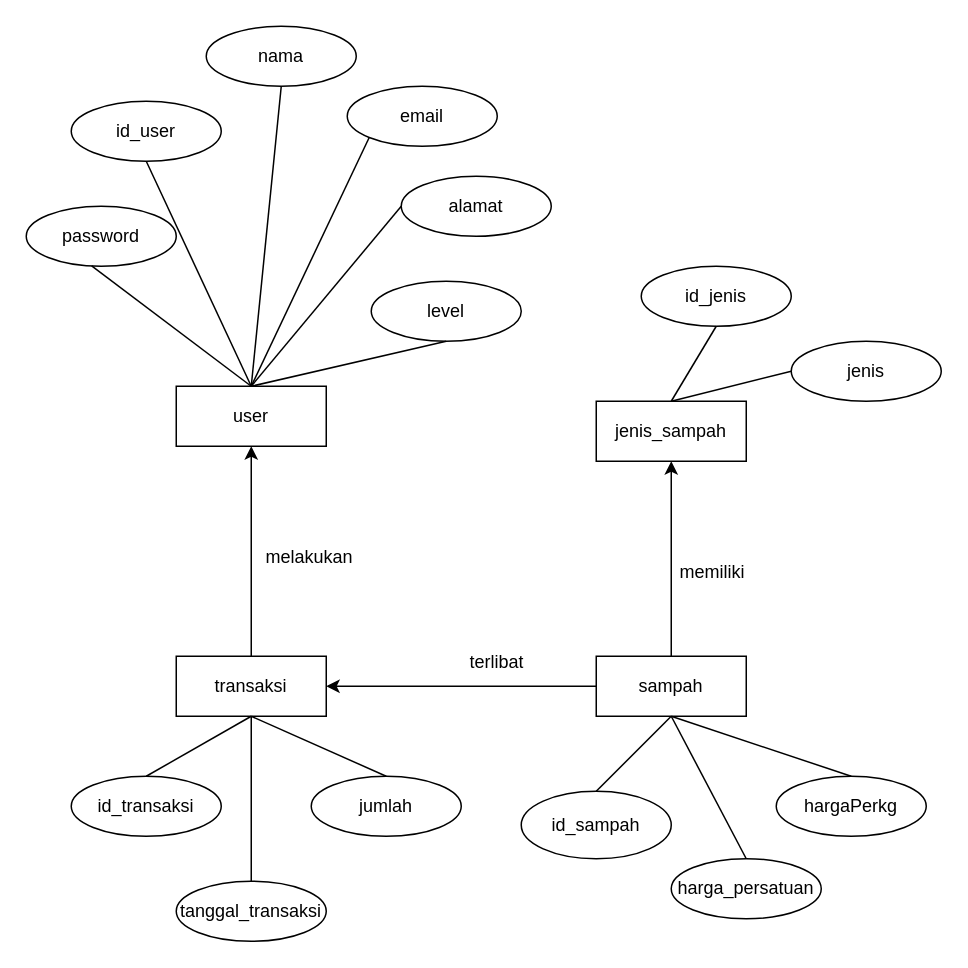
Before: page "erd" (23 of 23) of Untitled Diagram.drawio in dreamergirl01/uml_bankSampah, a draw.io diagram. Source tidied: cells renumbered, new cells numbered last; positions are measured from the earlier drawing's top-left corner, leaving out a move shared by most shapes. Both pictures are drawn from the tidied source at 150%, with x=0, y=0 at pixel (26, 26).
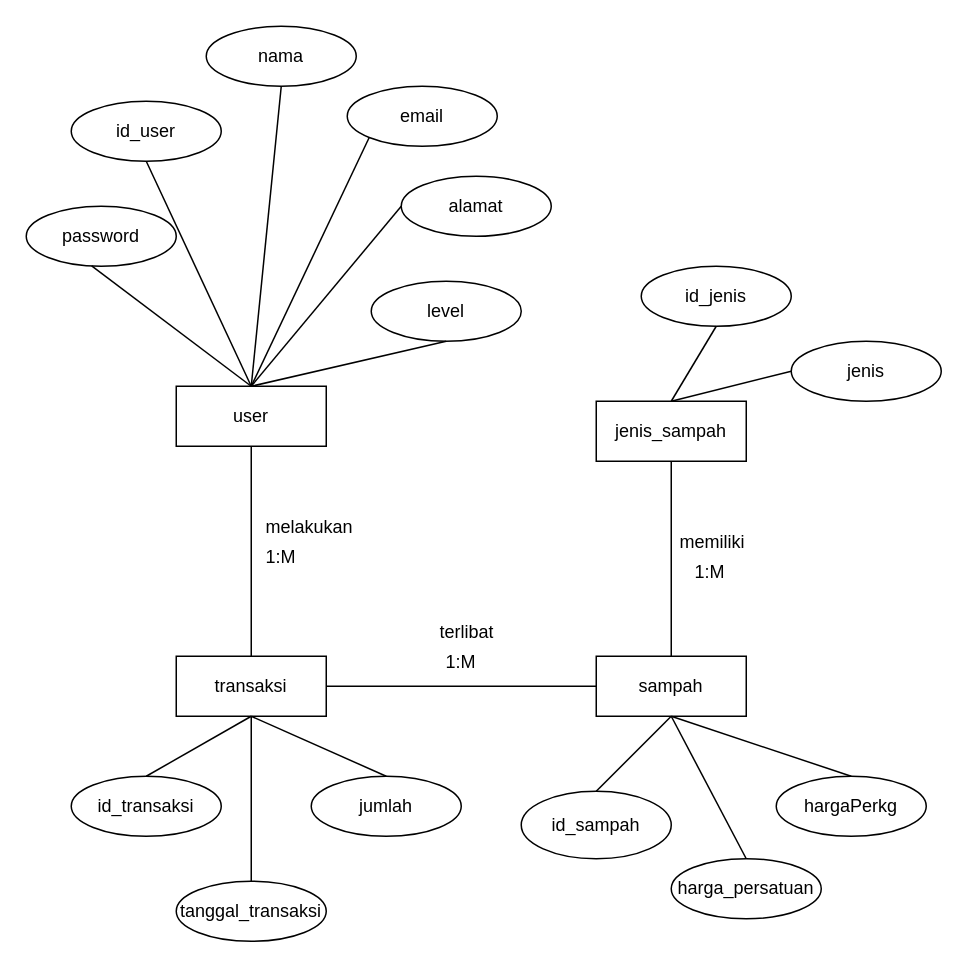
Above is the later version.

The change refers to these unchanged cells:
```xml
<mxCell id="2" value="user" style="whiteSpace=wrap;html=1;align=center;" parent="1" vertex="1">
  <mxGeometry x="100" y="240" width="100" height="40" as="geometry" />
</mxCell>
<mxCell id="16" value="transaksi" style="whiteSpace=wrap;html=1;align=center;" parent="1" vertex="1">
  <mxGeometry x="100" y="420" width="100" height="40" as="geometry" />
</mxCell>
<mxCell id="26" value="sampah" style="whiteSpace=wrap;html=1;align=center;" parent="1" vertex="1">
  <mxGeometry x="380" y="420" width="100" height="40" as="geometry" />
</mxCell>
<mxCell id="34" value="jenis_sampah" style="whiteSpace=wrap;html=1;align=center;" parent="1" vertex="1">
  <mxGeometry x="380" y="250" width="100" height="40" as="geometry" />
</mxCell>
```

The edit, as a diff of the source:
```diff
@@
-    <mxCell id="15" style="edgeStyle=orthogonalEdgeStyle;rounded=0;jettySize=auto;html=1;entryX=0.5;entryY=1;entryDx=0;entryDy=0;" parent="1" edge="1" source="16" target="2">
-      <mxGeometry relative="1" as="geometry" />
-    </mxCell>
@@
     <mxCell id="17" value="melakukan" style="text;strokeColor=none;fillColor=none;spacingLeft=4;spacingRight=4;overflow=hidden;fontSize=12;whiteSpace=wrap;html=1;" parent="1" vertex="1">
-      <mxGeometry x="154" y="340" width="76" height="30" as="geometry" />
+      <mxGeometry x="154" y="320" width="76" height="30" as="geometry" />
     </mxCell>
@@
-    <mxCell id="24" style="edgeStyle=orthogonalEdgeStyle;rounded=0;jettySize=auto;html=1;entryX=1;entryY=0.5;entryDx=0;entryDy=0;" parent="1" edge="1" source="26" target="16">
-      <mxGeometry relative="1" as="geometry" />
-    </mxCell>
-    <mxCell id="25" style="edgeStyle=orthogonalEdgeStyle;rounded=0;jettySize=auto;html=1;entryX=0.5;entryY=1;entryDx=0;entryDy=0;" parent="1" edge="1" source="26" target="34">
-      <mxGeometry relative="1" as="geometry" />
-    </mxCell>
@@
     <mxCell id="27" value="terlibat" style="text;strokeColor=none;fillColor=none;spacingLeft=4;spacingRight=4;overflow=hidden;fontSize=12;whiteSpace=wrap;html=1;" parent="1" vertex="1">
-      <mxGeometry x="290" y="410" width="60" height="30" as="geometry" />
+      <mxGeometry x="270" y="390" width="70" height="30" as="geometry" />
     </mxCell>
@@
     <mxCell id="35" value="memiliki" style="text;strokeColor=none;fillColor=none;spacingLeft=4;spacingRight=4;overflow=hidden;fontSize=12;whiteSpace=wrap;html=1;" parent="1" vertex="1">
-      <mxGeometry x="430" y="350" width="60" height="30" as="geometry" />
+      <mxGeometry x="430" y="330" width="60" height="30" as="geometry" />
     </mxCell>
@@
+    <mxCell id="25" style="endArrow=none;html=1;rounded=0;entryX=0.5;entryY=1;entryDx=0;entryDy=0;exitX=0.5;exitY=0;exitDx=0;exitDy=0;" parent="1" edge="1" source="26" target="34">
+      <mxGeometry relative="1" as="geometry" />
+    </mxCell>
+    <mxCell id="40" style="endArrow=none;html=1;rounded=0;entryX=0;entryY=0.5;entryDx=0;entryDy=0;exitX=1;exitY=0.5;exitDx=0;exitDy=0;" parent="1" edge="1" source="16" target="26">
+      <mxGeometry relative="1" as="geometry" />
+    </mxCell>
+    <mxCell id="15" style="endArrow=none;html=1;rounded=0;exitX=0.5;exitY=0;exitDx=0;exitDy=0;entryX=0.5;entryY=1;entryDx=0;entryDy=0;" parent="1" edge="1" source="16" target="2">
+      <mxGeometry relative="1" as="geometry" />
+    </mxCell>
+    <mxCell id="41" value="1:M" style="text;strokeColor=none;fillColor=none;spacingLeft=4;spacingRight=4;overflow=hidden;fontSize=12;whiteSpace=wrap;html=1;" parent="1" vertex="1">
+      <mxGeometry x="440" y="350" width="40" height="30" as="geometry" />
+    </mxCell>
+    <mxCell id="42" value="1:M" style="text;strokeColor=none;fillColor=none;spacingLeft=4;spacingRight=4;overflow=hidden;fontSize=12;whiteSpace=wrap;html=1;" parent="1" vertex="1">
+      <mxGeometry x="274" y="410" width="40" height="30" as="geometry" />
+    </mxCell>
+    <mxCell id="43" value="1:M" style="text;strokeColor=none;fillColor=none;spacingLeft=4;spacingRight=4;overflow=hidden;fontSize=12;whiteSpace=wrap;html=1;" parent="1" vertex="1">
+      <mxGeometry x="154" y="340" width="40" height="30" as="geometry" />
+    </mxCell>
```
